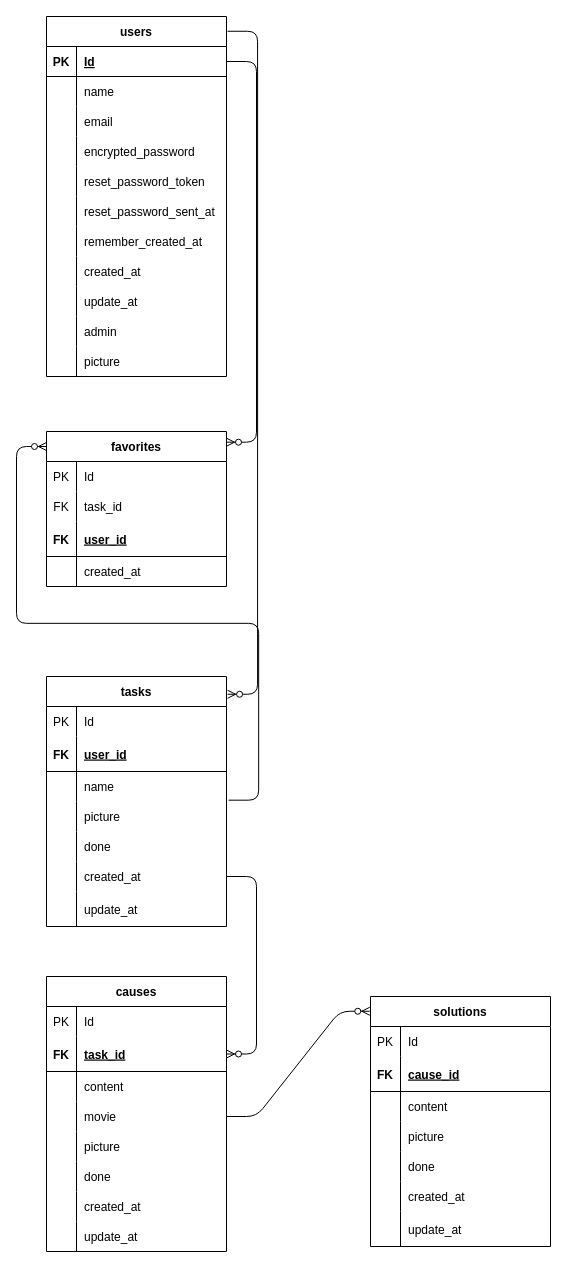
shota3557/reason keeps this draw.io diagram as ER.drawio. Above is the earlier version. Source tidied: cells renumbered, new cells numbered last; positions are measured from the earlier drawing's top-left corner, leaving out a move shared by most shapes. Both pictures are drawn from the tidied source at 100%, with x=0, y=0 at pixel (46, 16).
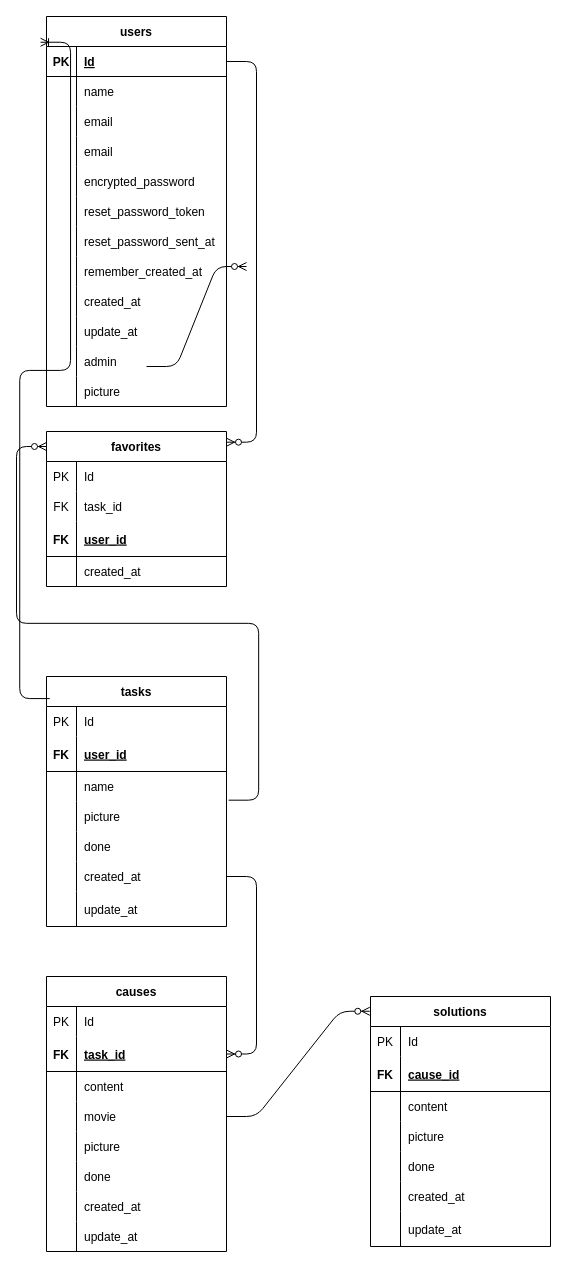
The same diagram, later.

Unchanged cells that the change refers to:
```xml
<mxCell id="50" value="tasks" style="shape=table;startSize=30;childLayout=tableLayout;rowLines=0;fontStyle=1;align=center;" parent="1" vertex="1">
  <mxGeometry y="660" width="180" height="250" as="geometry" />
</mxCell>
<mxCell id="51" style="shape=partialRectangle;fillColor=none;top=0;left=0;bottom=0;right=0;points=[[0,0.5],[1,0.5]];portConstraint=eastwest;" parent="50" vertex="1">
  <mxGeometry y="30" width="180" height="30" as="geometry" />
</mxCell>
```

What changed in the source:
```diff
@@
     <mxCell id="2" value="users" style="shape=table;startSize=30;childLayout=tableLayout;rowLines=0;fontStyle=1;align=center;" parent="1" vertex="1">
-      <mxGeometry width="180" height="360" as="geometry" />
+      <mxGeometry width="180" height="390" as="geometry" />
     </mxCell>
@@
+    <mxCell id="123" style="shape=partialRectangle;fillColor=none;top=0;left=0;bottom=0;right=0;" parent="2" vertex="1">
+      <mxGeometry y="90" width="180" height="30" as="geometry" />
+    </mxCell>
+    <mxCell id="124" style="shape=partialRectangle;fillColor=none;top=0;left=0;bottom=0;right=0;overflow=hidden;" parent="123" vertex="1">
+      <mxGeometry width="30" height="30" as="geometry" />
+    </mxCell>
+    <mxCell id="125" value="email" style="shape=partialRectangle;fillColor=none;top=0;left=0;bottom=0;right=0;align=left;spacingLeft=6;overflow=hidden;" parent="123" vertex="1">
+      <mxGeometry x="30" width="150" height="30" as="geometry" />
+    </mxCell>
     <mxCell id="9" style="shape=partialRectangle;fillColor=none;top=0;left=0;bottom=0;right=0;" parent="2" vertex="1">
-      <mxGeometry y="90" width="180" height="30" as="geometry" />
+      <mxGeometry y="120" width="180" height="30" as="geometry" />
     </mxCell>
@@
     <mxCell id="12" style="shape=partialRectangle;fillColor=none;top=0;left=0;bottom=0;right=0;" parent="2" vertex="1">
-      <mxGeometry y="120" width="180" height="30" as="geometry" />
+      <mxGeometry y="150" width="180" height="30" as="geometry" />
     </mxCell>
@@
     <mxCell id="15" style="shape=partialRectangle;fillColor=none;top=0;left=0;bottom=0;right=0;" parent="2" vertex="1">
-      <mxGeometry y="150" width="180" height="30" as="geometry" />
+      <mxGeometry y="180" width="180" height="30" as="geometry" />
     </mxCell>
@@
     <mxCell id="18" style="shape=partialRectangle;fillColor=none;top=0;left=0;bottom=0;right=0;" parent="2" vertex="1">
-      <mxGeometry y="180" width="180" height="30" as="geometry" />
+      <mxGeometry y="210" width="180" height="30" as="geometry" />
     </mxCell>
@@
     <mxCell id="21" style="shape=partialRectangle;fillColor=none;top=0;left=0;bottom=0;right=0;" parent="2" vertex="1">
-      <mxGeometry y="210" width="180" height="30" as="geometry" />
+      <mxGeometry y="240" width="180" height="30" as="geometry" />
     </mxCell>
@@
     <mxCell id="24" style="shape=partialRectangle;fillColor=none;top=0;left=0;bottom=0;right=0;" parent="2" vertex="1">
-      <mxGeometry y="240" width="180" height="30" as="geometry" />
+      <mxGeometry y="270" width="180" height="30" as="geometry" />
     </mxCell>
@@
     <mxCell id="27" style="shape=partialRectangle;fillColor=none;top=0;left=0;bottom=0;right=0;" parent="2" vertex="1">
-      <mxGeometry y="270" width="180" height="30" as="geometry" />
+      <mxGeometry y="300" width="180" height="30" as="geometry" />
     </mxCell>
@@
     <mxCell id="30" style="shape=partialRectangle;fillColor=none;top=0;left=0;bottom=0;right=0;" parent="2" vertex="1">
-      <mxGeometry y="300" width="180" height="30" as="geometry" />
+      <mxGeometry y="330" width="180" height="30" as="geometry" />
     </mxCell>
@@
     <mxCell id="33" style="shape=partialRectangle;fillColor=none;top=0;left=0;bottom=0;right=0;" parent="2" vertex="1">
-      <mxGeometry y="330" width="180" height="30" as="geometry" />
+      <mxGeometry y="360" width="180" height="30" as="geometry" />
     </mxCell>
@@
-    <mxCell id="122" style="edgeStyle=entityRelationEdgeStyle;fontSize=12;html=1;endArrow=ERzeroToMany;endFill=1;entryX=1.006;entryY=0.071;entryDx=0;entryDy=0;exitX=1.006;exitY=0.041;exitDx=0;exitDy=0;exitPerimeter=0;entryPerimeter=0;" parent="1" edge="1" source="2" target="50">
-      <mxGeometry relative="1" as="geometry" />
-    </mxCell>
+    <mxCell id="126" style="edgeStyle=entityRelationEdgeStyle;fontSize=12;html=1;endArrow=ERzeroToMany;endFill=1;" parent="1" edge="1">
+      <mxGeometry relative="1" as="geometry">
+        <mxPoint x="100" y="350" as="sourcePoint" />
+        <mxPoint x="200" y="250" as="targetPoint" />
+      </mxGeometry>
+    </mxCell>
+    <mxCell id="127" style="edgeStyle=entityRelationEdgeStyle;fontSize=12;html=1;endArrow=ERoneToMany;exitX=0.018;exitY=-0.264;exitDx=0;exitDy=0;exitPerimeter=0;entryX=-0.033;entryY=0.066;entryDx=0;entryDy=0;entryPerimeter=0;" parent="1" edge="1" source="51" target="2">
+      <mxGeometry relative="1" as="geometry" />
+    </mxCell>
```
